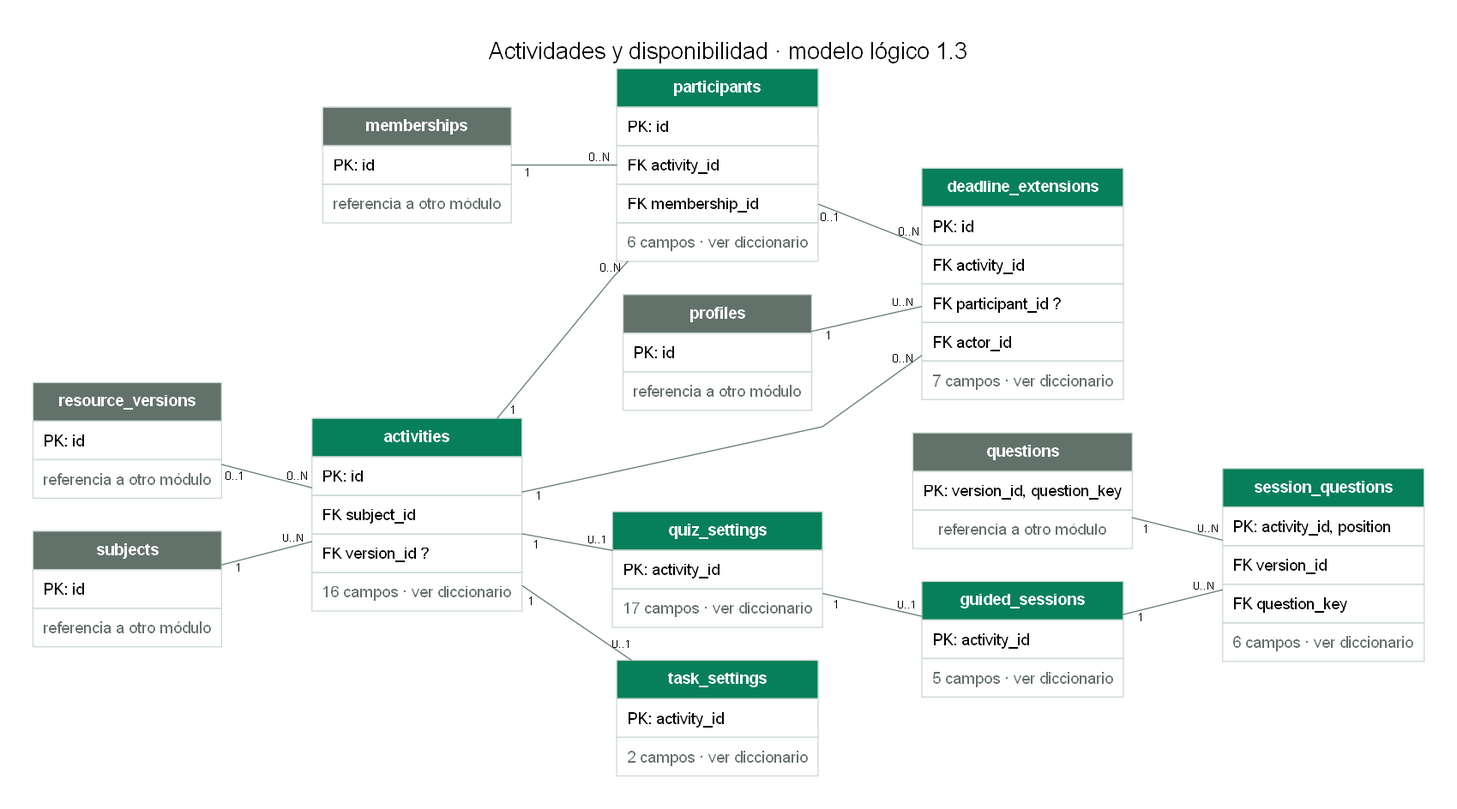
CubeFreaKLab/aulify keeps this Graphviz diagram as docs/modelado/diagramas/03-actividades.png. Above is the earlier version. Its source is kept beside it as docs/modelado/diagramas/03-actividades.dot.
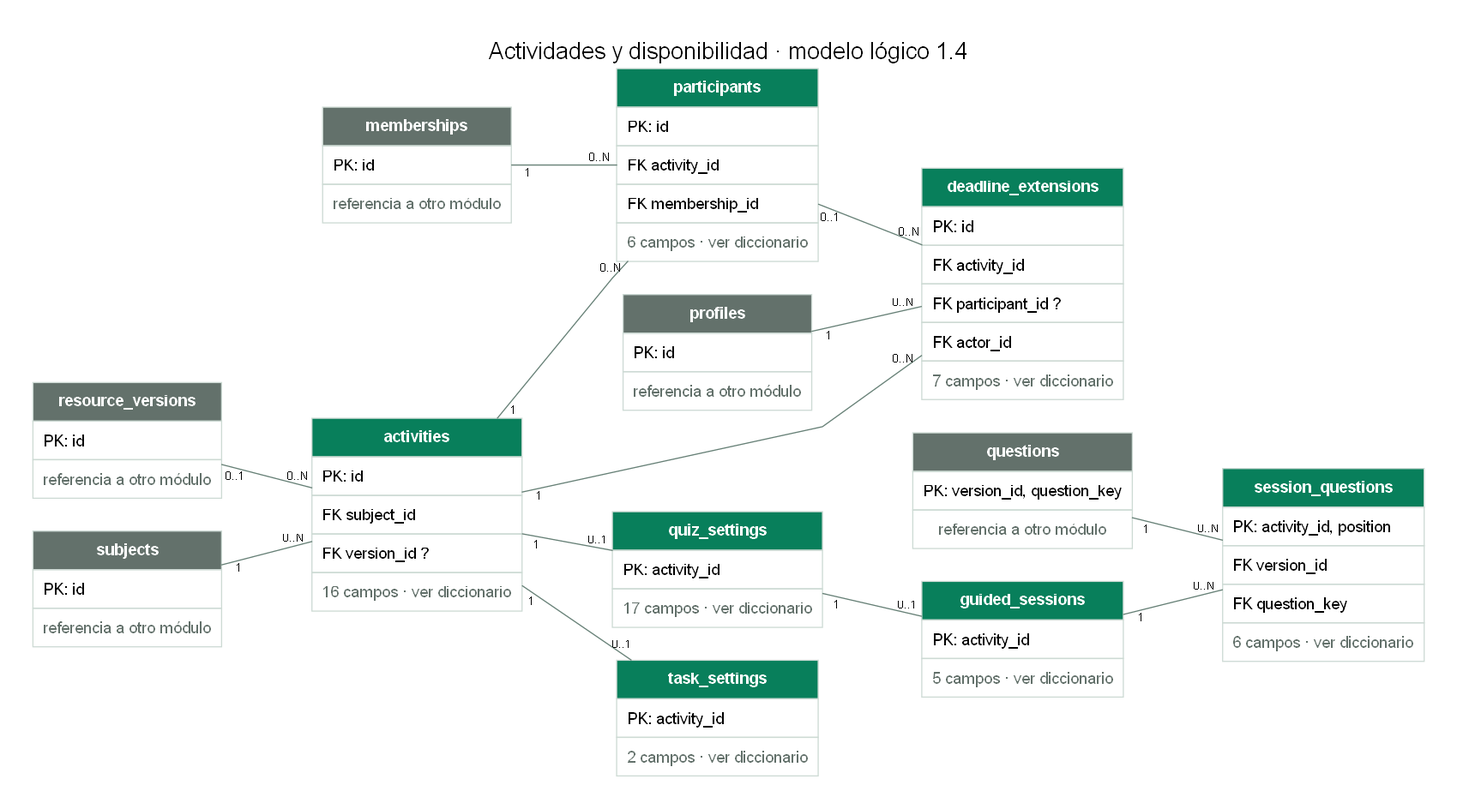
The same diagram one commit later.

Diff of the diagram source:
```diff
@@ -1,5 +1,5 @@
 digraph modelo {
-graph [rankdir=LR, bgcolor="#ffffff", pad=0.4, nodesep=0.4, ranksep=1.1, splines=polyline, fontname="Arial", fontsize=20, labelloc=t, label="Actividades y disponibilidad · modelo lógico 1.3"];
+graph [rankdir=LR, bgcolor="#ffffff", pad=0.4, nodesep=0.4, ranksep=1.1, splines=polyline, fontname="Arial", fontsize=20, labelloc=t, label="Actividades y disponibilidad · modelo lógico 1.4"];
 node [shape=plain, fontname="Arial"];
 edge [fontname="Arial", fontsize=10, color="#668076", arrowsize=0.6];
 "activities" [label=<<TABLE BORDER="0" CELLBORDER="1" CELLSPACING="0" CELLPADDING="8" COLOR="#CDDAD4"><TR><TD BGCOLOR="#087F5B"><FONT COLOR="white"><B>activities</B></FONT></TD></TR><TR><TD ALIGN="LEFT">PK: id</TD></TR><TR><TD ALIGN="LEFT">FK subject_id</TD></TR><TR><TD ALIGN="LEFT">FK version_id ?</TD></TR><TR><TD ALIGN="LEFT"><FONT COLOR="#63716B">16 campos · ver diccionario</FONT></TD></TR></TABLE>>];
```
